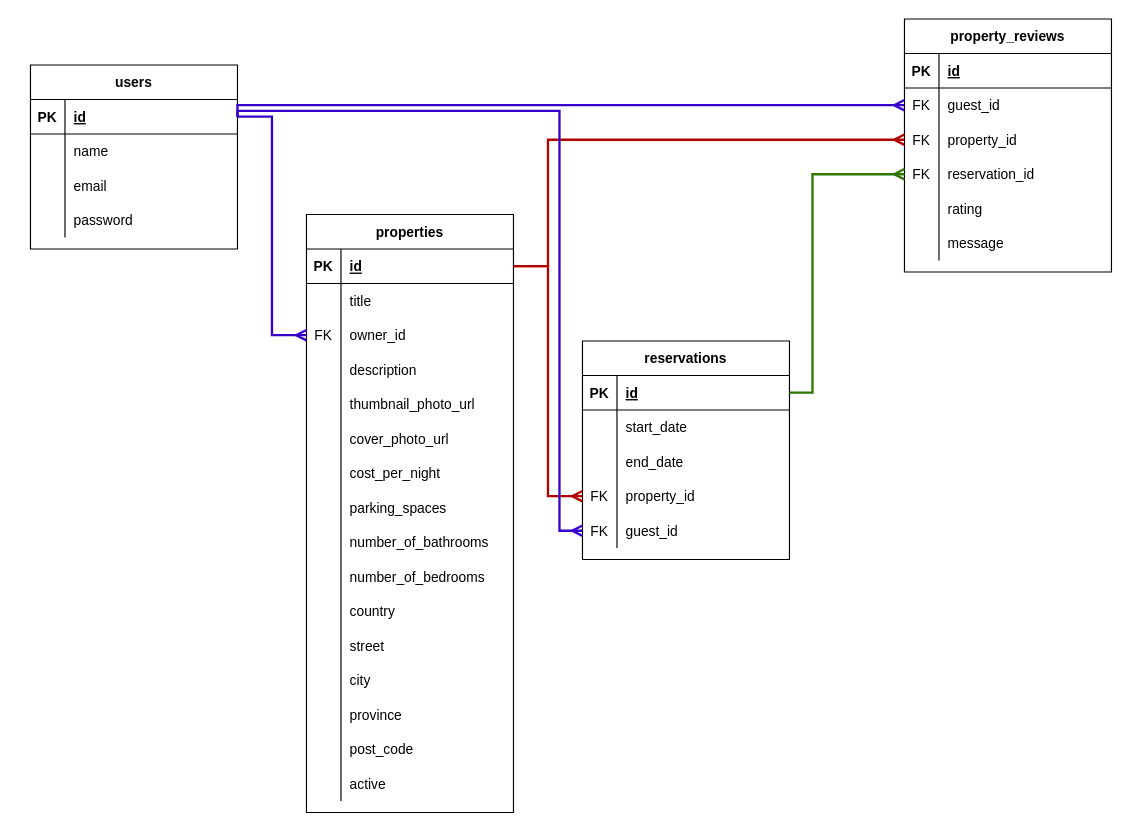
Earlier version of the draw.io diagram LightBnB_ERD.drawio (RAtul14ApriL/LightBnB). Source tidied: cells renumbered, new cells numbered last; positions are measured from the earlier drawing's top-left corner, leaving out a move shared by most shapes. Both pictures are drawn from the tidied source at 115%, with x=0, y=0 at pixel (30, 18).
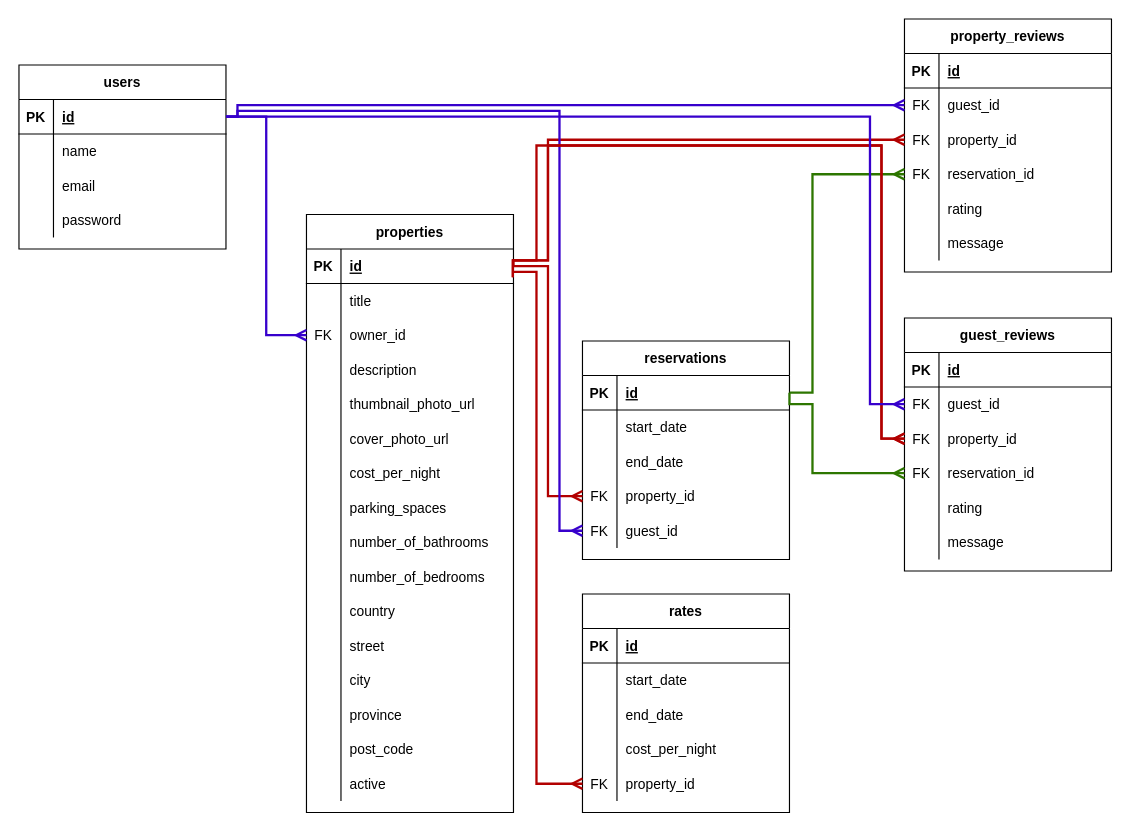
The same diagram, later.

The change refers to these unchanged cells:
```xml
<mxCell id="3" style="shape=partialRectangle;fillColor=none;top=0;left=0;bottom=1;right=0;points=[[0,0.5],[1,0.5]];portConstraint=eastwest;" parent="2" vertex="1">
  <mxGeometry y="30" width="180" height="30" as="geometry" />
</mxCell>
<mxCell id="16" style="shape=partialRectangle;fillColor=none;top=0;left=0;bottom=1;right=0;points=[[0,0.5],[1,0.5]];portConstraint=eastwest;" parent="15" vertex="1">
  <mxGeometry y="30" width="180" height="30" as="geometry" />
</mxCell>
<mxCell id="22" style="shape=partialRectangle;fillColor=none;top=0;left=0;bottom=0;right=0;points=[[0,0.5],[1,0.5]];portConstraint=eastwest;" parent="15" vertex="1">
  <mxGeometry y="90" width="180" height="30" as="geometry" />
</mxCell>
<mxCell id="65" style="shape=partialRectangle;fillColor=none;top=0;left=0;bottom=1;right=0;points=[[0,0.5],[1,0.5]];portConstraint=eastwest;" parent="64" vertex="1">
  <mxGeometry y="30" width="180" height="30" as="geometry" />
</mxCell>
<mxCell id="87" style="shape=partialRectangle;fillColor=none;top=0;left=0;bottom=0;right=0;points=[[0,0.5],[1,0.5]];portConstraint=eastwest;" parent="80" vertex="1">
  <mxGeometry y="90" width="180" height="30" as="geometry" />
</mxCell>
```

Change to the diagram source:
```diff
@@
     <mxCell id="2" value="users" style="shape=table;startSize=30;childLayout=tableLayout;rowLines=0;fontStyle=1;align=center;" parent="1" vertex="1">
-      <mxGeometry y="40" width="180" height="160" as="geometry" />
+      <mxGeometry x="-10" y="40" width="180" height="160" as="geometry" />
     </mxCell>
@@
-    <mxCell id="99" style="edgeStyle=entityRelationEdgeStyle;fontSize=12;html=1;endArrow=ERmany;rounded=0;exitX=1;exitY=0.5;exitDx=0;exitDy=0;entryX=0;entryY=0.5;entryDx=0;entryDy=0;fillColor=#6a00ff;strokeColor=#3700CC;strokeWidth=2;" parent="1" edge="1" source="3" target="22">
-      <mxGeometry relative="1" as="geometry" />
+    <mxCell id="99" style="edgeStyle=orthogonalEdgeStyle;fontSize=12;html=1;endArrow=ERmany;rounded=0;exitX=1;exitY=0.5;exitDx=0;exitDy=0;entryX=0;entryY=0.5;entryDx=0;entryDy=0;fillColor=#6a00ff;strokeColor=#3700CC;strokeWidth=2;" parent="1" edge="1" source="3" target="22">
+      <mxGeometry relative="1" as="geometry">
+        <Array as="points">
+          <mxPoint x="205" y="85" />
+          <mxPoint x="205" y="275" />
+        </Array>
+      </mxGeometry>
     </mxCell>
@@
     <mxCell id="101" style="edgeStyle=orthogonalEdgeStyle;fontSize=12;html=1;endArrow=ERmany;rounded=0;exitX=1;exitY=0.5;exitDx=0;exitDy=0;entryX=0;entryY=0.5;entryDx=0;entryDy=0;fillColor=#e51400;strokeColor=#B20000;strokeWidth=2;" parent="1" edge="1" source="16" target="87">
       <mxGeometry relative="1" as="geometry">
         <Array as="points">
-          <mxPoint x="450" y="215" />
+          <mxPoint x="420" y="210" />
+          <mxPoint x="450" y="210" />
           <mxPoint x="450" y="105" />
         </Array>
       </mxGeometry>
     </mxCell>
@@
+    <mxCell id="105" value="rates" style="shape=table;startSize=30;childLayout=tableLayout;rowLines=0;fontStyle=1;align=center;" parent="1" vertex="1">
+      <mxGeometry x="480" y="500" width="180" height="190" as="geometry" />
+    </mxCell>
+    <mxCell id="106" style="shape=partialRectangle;fillColor=none;top=0;left=0;bottom=1;right=0;" parent="105" vertex="1">
+      <mxGeometry y="30" width="180" height="30" as="geometry" />
+    </mxCell>
+    <mxCell id="107" value="PK" style="shape=partialRectangle;fillColor=none;top=0;left=0;bottom=0;right=0;fontStyle=1;overflow=hidden;" parent="106" vertex="1">
+      <mxGeometry width="30" height="30" as="geometry" />
+    </mxCell>
+    <mxCell id="108" value="id" style="shape=partialRectangle;fillColor=none;top=0;left=0;bottom=0;right=0;align=left;spacingLeft=6;fontStyle=5;overflow=hidden;" parent="106" vertex="1">
+      <mxGeometry x="30" width="150" height="30" as="geometry" />
+    </mxCell>
+    <mxCell id="109" style="shape=partialRectangle;fillColor=none;top=0;left=0;bottom=0;right=0;" parent="105" vertex="1">
+      <mxGeometry y="60" width="180" height="30" as="geometry" />
+    </mxCell>
+    <mxCell id="110" style="shape=partialRectangle;fillColor=none;top=0;left=0;bottom=0;right=0;overflow=hidden;" parent="109" vertex="1">
+      <mxGeometry width="30" height="30" as="geometry" />
+    </mxCell>
+    <mxCell id="111" value="start_date" style="shape=partialRectangle;fillColor=none;top=0;left=0;bottom=0;right=0;align=left;spacingLeft=6;overflow=hidden;" parent="109" vertex="1">
+      <mxGeometry x="30" width="150" height="30" as="geometry" />
+    </mxCell>
+    <mxCell id="112" style="shape=partialRectangle;fillColor=none;top=0;left=0;bottom=0;right=0;" parent="105" vertex="1">
+      <mxGeometry y="90" width="180" height="30" as="geometry" />
+    </mxCell>
+    <mxCell id="113" style="shape=partialRectangle;fillColor=none;top=0;left=0;bottom=0;right=0;overflow=hidden;" parent="112" vertex="1">
+      <mxGeometry width="30" height="30" as="geometry" />
+    </mxCell>
+    <mxCell id="114" value="end_date" style="shape=partialRectangle;fillColor=none;top=0;left=0;bottom=0;right=0;align=left;spacingLeft=6;overflow=hidden;" parent="112" vertex="1">
+      <mxGeometry x="30" width="150" height="30" as="geometry" />
+    </mxCell>
+    <mxCell id="115" style="shape=partialRectangle;fillColor=none;top=0;left=0;bottom=0;right=0;" parent="105" vertex="1">
+      <mxGeometry y="120" width="180" height="30" as="geometry" />
+    </mxCell>
+    <mxCell id="116" style="shape=partialRectangle;fillColor=none;top=0;left=0;bottom=0;right=0;overflow=hidden;" parent="115" vertex="1">
+      <mxGeometry width="30" height="30" as="geometry" />
+    </mxCell>
+    <mxCell id="117" value="cost_per_night" style="shape=partialRectangle;fillColor=none;top=0;left=0;bottom=0;right=0;align=left;spacingLeft=6;overflow=hidden;" parent="115" vertex="1">
+      <mxGeometry x="30" width="150" height="30" as="geometry" />
+    </mxCell>
+    <mxCell id="118" style="shape=partialRectangle;fillColor=none;top=0;left=0;bottom=0;right=0;points=[[0,0.5],[1,0.5]];portConstraint=eastwest;" parent="105" vertex="1">
+      <mxGeometry y="150" width="180" height="30" as="geometry" />
+    </mxCell>
+    <mxCell id="119" value="FK" style="shape=partialRectangle;fillColor=none;top=0;left=0;bottom=0;right=0;overflow=hidden;" parent="118" vertex="1">
+      <mxGeometry width="30" height="30" as="geometry" />
+    </mxCell>
+    <mxCell id="120" value="property_id" style="shape=partialRectangle;fillColor=none;top=0;left=0;bottom=0;right=0;align=left;spacingLeft=6;overflow=hidden;" parent="118" vertex="1">
+      <mxGeometry x="30" width="150" height="30" as="geometry" />
+    </mxCell>
+    <mxCell id="121" value="guest_reviews" style="shape=table;startSize=30;childLayout=tableLayout;rowLines=0;fontStyle=1;align=center;" parent="1" vertex="1">
+      <mxGeometry x="760" y="260" width="180" height="220" as="geometry" />
+    </mxCell>
+    <mxCell id="122" style="shape=partialRectangle;fillColor=none;top=0;left=0;bottom=1;right=0;" parent="121" vertex="1">
+      <mxGeometry y="30" width="180" height="30" as="geometry" />
+    </mxCell>
+    <mxCell id="123" value="PK" style="shape=partialRectangle;fillColor=none;top=0;left=0;bottom=0;right=0;fontStyle=1;overflow=hidden;" parent="122" vertex="1">
+      <mxGeometry width="30" height="30" as="geometry" />
+    </mxCell>
+    <mxCell id="124" value="id" style="shape=partialRectangle;fillColor=none;top=0;left=0;bottom=0;right=0;align=left;spacingLeft=6;fontStyle=5;overflow=hidden;" parent="122" vertex="1">
+      <mxGeometry x="30" width="150" height="30" as="geometry" />
+    </mxCell>
+    <mxCell id="125" style="shape=partialRectangle;fillColor=none;top=0;left=0;bottom=0;right=0;points=[[0,0.5],[1,0.5]];portConstraint=eastwest;" parent="121" vertex="1">
+      <mxGeometry y="60" width="180" height="30" as="geometry" />
+    </mxCell>
+    <mxCell id="126" value="FK" style="shape=partialRectangle;fillColor=none;top=0;left=0;bottom=0;right=0;overflow=hidden;" parent="125" vertex="1">
+      <mxGeometry width="30" height="30" as="geometry" />
+    </mxCell>
+    <mxCell id="127" value="guest_id" style="shape=partialRectangle;fillColor=none;top=0;left=0;bottom=0;right=0;align=left;spacingLeft=6;overflow=hidden;" parent="125" vertex="1">
+      <mxGeometry x="30" width="150" height="30" as="geometry" />
+    </mxCell>
+    <mxCell id="128" style="shape=partialRectangle;fillColor=none;top=0;left=0;bottom=0;right=0;points=[[0,0.5],[1,0.5]];portConstraint=eastwest;" parent="121" vertex="1">
+      <mxGeometry y="90" width="180" height="30" as="geometry" />
+    </mxCell>
+    <mxCell id="129" value="FK" style="shape=partialRectangle;fillColor=none;top=0;left=0;bottom=0;right=0;overflow=hidden;" parent="128" vertex="1">
+      <mxGeometry width="30" height="30" as="geometry" />
+    </mxCell>
+    <mxCell id="130" value="property_id" style="shape=partialRectangle;fillColor=none;top=0;left=0;bottom=0;right=0;align=left;spacingLeft=6;overflow=hidden;" parent="128" vertex="1">
+      <mxGeometry x="30" width="150" height="30" as="geometry" />
+    </mxCell>
+    <mxCell id="131" style="shape=partialRectangle;fillColor=none;top=0;left=0;bottom=0;right=0;points=[[0,0.5],[1,0.5]];portConstraint=eastwest;" parent="121" vertex="1">
+      <mxGeometry y="120" width="180" height="30" as="geometry" />
+    </mxCell>
+    <mxCell id="132" value="FK" style="shape=partialRectangle;fillColor=none;top=0;left=0;bottom=0;right=0;overflow=hidden;" parent="131" vertex="1">
+      <mxGeometry width="30" height="30" as="geometry" />
+    </mxCell>
+    <mxCell id="133" value="reservation_id" style="shape=partialRectangle;fillColor=none;top=0;left=0;bottom=0;right=0;align=left;spacingLeft=6;overflow=hidden;" parent="131" vertex="1">
+      <mxGeometry x="30" width="150" height="30" as="geometry" />
+    </mxCell>
+    <mxCell id="134" style="shape=partialRectangle;fillColor=none;top=0;left=0;bottom=0;right=0;" parent="121" vertex="1">
+      <mxGeometry y="150" width="180" height="30" as="geometry" />
+    </mxCell>
+    <mxCell id="135" style="shape=partialRectangle;fillColor=none;top=0;left=0;bottom=0;right=0;overflow=hidden;" parent="134" vertex="1">
+      <mxGeometry width="30" height="30" as="geometry" />
+    </mxCell>
+    <mxCell id="136" value="rating" style="shape=partialRectangle;fillColor=none;top=0;left=0;bottom=0;right=0;align=left;spacingLeft=6;overflow=hidden;" parent="134" vertex="1">
+      <mxGeometry x="30" width="150" height="30" as="geometry" />
+    </mxCell>
+    <mxCell id="137" style="shape=partialRectangle;fillColor=none;top=0;left=0;bottom=0;right=0;" parent="121" vertex="1">
+      <mxGeometry y="180" width="180" height="30" as="geometry" />
+    </mxCell>
+    <mxCell id="138" style="shape=partialRectangle;fillColor=none;top=0;left=0;bottom=0;right=0;overflow=hidden;" parent="137" vertex="1">
+      <mxGeometry width="30" height="30" as="geometry" />
+    </mxCell>
+    <mxCell id="139" value="message" style="shape=partialRectangle;fillColor=none;top=0;left=0;bottom=0;right=0;align=left;spacingLeft=6;overflow=hidden;" parent="137" vertex="1">
+      <mxGeometry x="30" width="150" height="30" as="geometry" />
+    </mxCell>
+    <mxCell id="140" style="edgeStyle=orthogonalEdgeStyle;fontSize=12;html=1;endArrow=ERmany;rounded=0;entryX=0;entryY=0.5;entryDx=0;entryDy=0;fillColor=#e51400;strokeColor=#B20000;strokeWidth=2;" parent="1" edge="1" target="118">
+      <mxGeometry relative="1" as="geometry">
+        <mxPoint x="420" y="220" as="sourcePoint" />
+        <Array as="points">
+          <mxPoint x="440" y="220" />
+          <mxPoint x="440" y="665" />
+        </Array>
+      </mxGeometry>
+    </mxCell>
+    <mxCell id="141" style="edgeStyle=orthogonalEdgeStyle;fontSize=12;html=1;endArrow=ERmany;rounded=0;exitX=0.997;exitY=0.817;exitDx=0;exitDy=0;entryX=0;entryY=0.5;entryDx=0;entryDy=0;fillColor=#e51400;strokeColor=#B20000;strokeWidth=2;exitPerimeter=0;" parent="1" edge="1" source="16" target="128">
+      <mxGeometry relative="1" as="geometry">
+        <Array as="points">
+          <mxPoint x="420" y="210" />
+          <mxPoint x="440" y="210" />
+          <mxPoint x="440" y="110" />
+          <mxPoint x="740" y="110" />
+          <mxPoint x="740" y="365" />
+        </Array>
+      </mxGeometry>
+    </mxCell>
+    <mxCell id="142" style="edgeStyle=orthogonalEdgeStyle;fontSize=12;html=1;endArrow=ERmany;rounded=0;exitX=0.997;exitY=0.817;exitDx=0;exitDy=0;entryX=0;entryY=0.5;entryDx=0;entryDy=0;fillColor=#e51400;strokeColor=#B20000;strokeWidth=2;exitPerimeter=0;" parent="1" edge="1" source="16" target="128">
+      <mxGeometry relative="1" as="geometry">
+        <Array as="points">
+          <mxPoint x="420" y="210" />
+          <mxPoint x="450" y="210" />
+          <mxPoint x="450" y="110" />
+          <mxPoint x="740" y="110" />
+          <mxPoint x="740" y="365" />
+        </Array>
+      </mxGeometry>
+    </mxCell>
+    <mxCell id="143" style="edgeStyle=orthogonalEdgeStyle;fontSize=12;html=1;endArrow=ERmany;rounded=0;exitX=1;exitY=0.5;exitDx=0;exitDy=0;entryX=0;entryY=0.5;entryDx=0;entryDy=0;fillColor=#6a00ff;strokeColor=#3700CC;strokeWidth=2;" parent="1" edge="1" source="3" target="125">
+      <mxGeometry relative="1" as="geometry">
+        <Array as="points">
+          <mxPoint x="730" y="85" />
+          <mxPoint x="730" y="335" />
+        </Array>
+      </mxGeometry>
+    </mxCell>
+    <mxCell id="144" style="edgeStyle=orthogonalEdgeStyle;fontSize=12;html=1;endArrow=ERmany;rounded=0;exitX=1;exitY=0.5;exitDx=0;exitDy=0;entryX=0;entryY=0.5;entryDx=0;entryDy=0;strokeWidth=2;fillColor=#60a917;strokeColor=#2D7600;" parent="1" edge="1" source="65" target="131">
+      <mxGeometry relative="1" as="geometry">
+        <Array as="points">
+          <mxPoint x="660" y="335" />
+          <mxPoint x="680" y="335" />
+          <mxPoint x="680" y="395" />
+        </Array>
+      </mxGeometry>
+    </mxCell>
```
